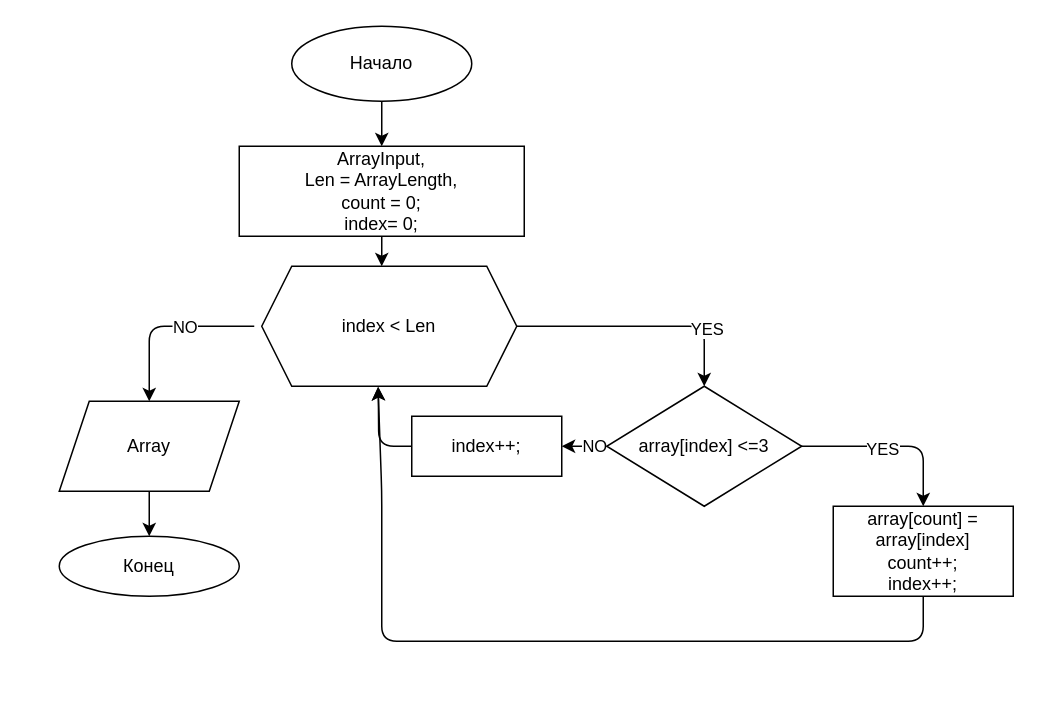
This is Block_Shema.drawio from EvgenyiF/Control_Work, a draw.io file, before an edit. Source tidied: cells renumbered, new cells numbered last; positions are measured from the earlier drawing's top-left corner, leaving out a move shared by most shapes. Both pictures are drawn from the tidied source at 150%, with x=0, y=0 at pixel (58, 26).
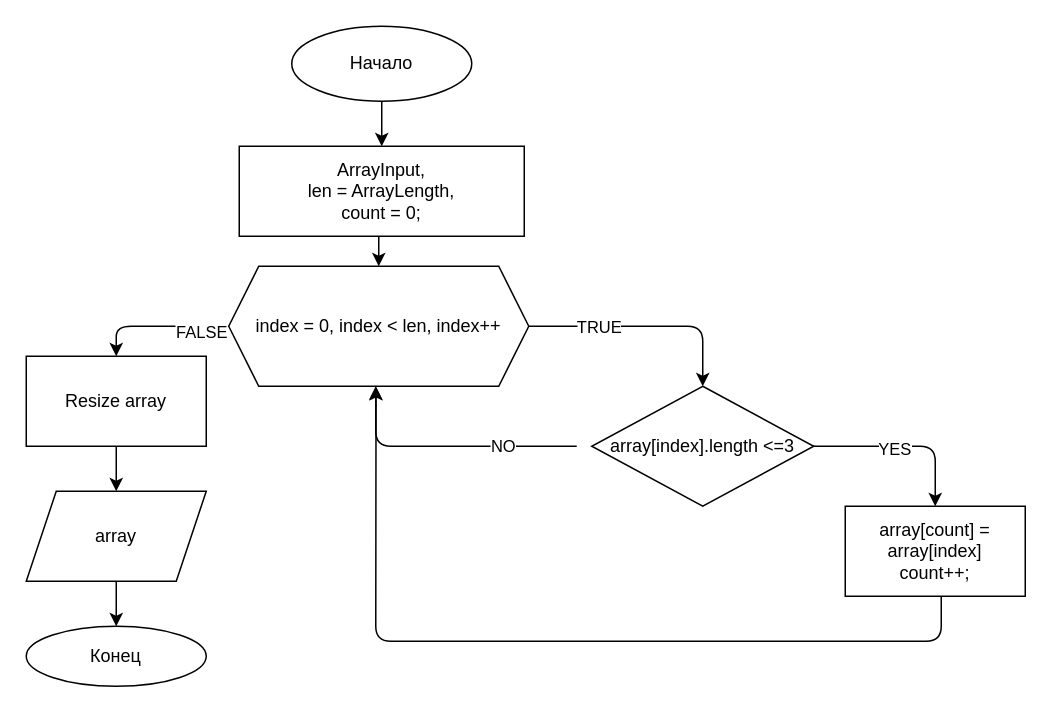
The same page after the edit.

The edit, as a diff of the source:
```diff
@@
-    <mxCell id="4" style="edgeStyle=none;html=1;" parent="1" edge="1" source="5">
+    <mxCell id="4" style="edgeStyle=none;html=1;" parent="1" edge="1">
       <mxGeometry relative="1" as="geometry">
-        <mxPoint x="215" y="160" as="targetPoint" />
+        <mxPoint x="213" y="140" as="sourcePoint" />
+        <mxPoint x="213" y="160" as="targetPoint" />
       </mxGeometry>
     </mxCell>
-    <mxCell id="5" value="ArrayInput,&lt;br&gt;Len = ArrayLength,&lt;br&gt;count = 0;&lt;br&gt;index= 0;" style="rounded=0;whiteSpace=wrap;html=1;" parent="1" vertex="1">
+    <mxCell id="5" value="ArrayInput,&lt;br&gt;len = ArrayLength,&lt;br&gt;count = 0;" style="rounded=0;whiteSpace=wrap;html=1;" parent="1" vertex="1">
       <mxGeometry x="120" y="80" width="190" height="60" as="geometry" />
     </mxCell>
     <mxCell id="6" style="edgeStyle=none;html=1;exitX=1;exitY=0.5;exitDx=0;exitDy=0;entryX=0.5;entryY=0;entryDx=0;entryDy=0;" parent="1" edge="1" target="14">
       <mxGeometry relative="1" as="geometry">
-        <mxPoint x="300" y="200" as="sourcePoint" />
+        <mxPoint x="308" y="200" as="sourcePoint" />
         <Array as="points">
-          <mxPoint x="375" y="200" />
-          <mxPoint x="430" y="200" />
+          <mxPoint x="383" y="200" />
+          <mxPoint x="429" y="200" />
         </Array>
       </mxGeometry>
     </mxCell>
-    <mxCell id="7" value="YES" style="edgeLabel;html=1;align=center;verticalAlign=middle;" parent="6" vertex="1">
-      <mxGeometry x="-0.06" y="-1" relative="1" as="geometry">
-        <mxPoint x="51" as="offset" />
-      </mxGeometry>
-    </mxCell>
+    <mxCell id="23" value="TRUE" style="edgeLabel;html=1;align=center;verticalAlign=middle;" parent="6" vertex="1">
+      <mxGeometry x="-0.37" relative="1" as="geometry" />
+    </mxCell>
-    <mxCell id="8" style="edgeStyle=none;html=1;exitX=0;exitY=0.5;exitDx=0;exitDy=0;entryX=0.5;entryY=0;entryDx=0;entryDy=0;" parent="1" edge="1" target="18">
+    <mxCell id="8" style="edgeStyle=none;html=1;entryX=0.5;entryY=0;entryDx=0;entryDy=0;" parent="1" edge="1" target="26">
       <mxGeometry relative="1" as="geometry">
-        <mxPoint x="130" y="200" as="sourcePoint" />
+        <mxPoint x="113" y="200" as="sourcePoint" />
         <Array as="points">
-          <mxPoint x="60" y="200" />
+          <mxPoint x="38" y="200" />
         </Array>
       </mxGeometry>
     </mxCell>
-    <mxCell id="9" value="NO" style="edgeLabel;html=1;align=center;verticalAlign=middle;" parent="8" vertex="1">
-      <mxGeometry x="-0.22" relative="1" as="geometry" />
-    </mxCell>
+    <mxCell id="24" value="FALSE" style="edgeLabel;html=1;align=center;verticalAlign=middle;" parent="8" vertex="1">
+      <mxGeometry x="-0.6" y="3" relative="1" as="geometry" />
+    </mxCell>
     <mxCell id="10" style="edgeStyle=none;html=1;exitX=1;exitY=0.5;exitDx=0;exitDy=0;entryX=0.5;entryY=0;entryDx=0;entryDy=0;" parent="1" edge="1" target="16">
       <mxGeometry relative="1" as="geometry">
-        <mxPoint x="491" y="280" as="sourcePoint" />
+        <mxPoint x="499" y="280" as="sourcePoint" />
         <Array as="points">
-          <mxPoint x="576" y="280" />
+          <mxPoint x="584" y="280" />
         </Array>
       </mxGeometry>
     </mxCell>
@@
-    <mxCell id="12" style="edgeStyle=none;html=1;exitX=0;exitY=0.5;exitDx=0;exitDy=0;entryX=1;entryY=0.5;entryDx=0;entryDy=0;" parent="1" edge="1" source="14" target="22">
-      <mxGeometry relative="1" as="geometry" />
+    <mxCell id="12" style="edgeStyle=none;html=1;" parent="1" edge="1">
+      <mxGeometry relative="1" as="geometry">
+        <mxPoint x="345" y="280" as="sourcePoint" />
+        <mxPoint x="211" y="240" as="targetPoint" />
+        <Array as="points">
+          <mxPoint x="211" y="280" />
+        </Array>
+      </mxGeometry>
     </mxCell>
@@
-    <mxCell id="14" value="array[index] &amp;lt;=3" style="rhombus;whiteSpace=wrap;html=1;rounded=0;" parent="1" vertex="1">
-      <mxGeometry x="365" y="240" width="130" height="80" as="geometry" />
+    <mxCell id="14" value="array[index].length &amp;lt;=3" style="rhombus;whiteSpace=wrap;html=1;rounded=0;" parent="1" vertex="1">
+      <mxGeometry x="355" y="240" width="148" height="80" as="geometry" />
     </mxCell>
-    <mxCell id="15" style="edgeStyle=none;html=1;exitX=0.5;exitY=1;exitDx=0;exitDy=0;entryX=0.456;entryY=1.005;entryDx=0;entryDy=0;entryPerimeter=0;" parent="1" edge="1" source="16" target="20">
+    <mxCell id="15" style="edgeStyle=none;html=1;exitX=0.5;exitY=1;exitDx=0;exitDy=0;entryX=0.471;entryY=1.006;entryDx=0;entryDy=0;entryPerimeter=0;" parent="1" edge="1">
       <mxGeometry relative="1" as="geometry">
+        <mxPoint x="588" y="380" as="sourcePoint" />
+        <mxPoint x="211.2" y="240.5" as="targetPoint" />
         <Array as="points">
-          <mxPoint x="576" y="410" />
-          <mxPoint x="215" y="410" />
-          <mxPoint x="215" y="310" />
+          <mxPoint x="588" y="410" />
+          <mxPoint x="211" y="410" />
         </Array>
       </mxGeometry>
     </mxCell>
-    <mxCell id="16" value="array[count] = array[index]&lt;br&gt;count++;&lt;br&gt;index++;" style="rounded=0;whiteSpace=wrap;html=1;" parent="1" vertex="1">
-      <mxGeometry x="516" y="320" width="120" height="60" as="geometry" />
+    <mxCell id="16" value="array[count] = array[index]&lt;br&gt;count++;" style="rounded=0;whiteSpace=wrap;html=1;" parent="1" vertex="1">
+      <mxGeometry x="524" y="320" width="120" height="60" as="geometry" />
     </mxCell>
@@
-    <mxCell id="18" value="Array" style="shape=parallelogram;perimeter=parallelogramPerimeter;whiteSpace=wrap;html=1;fixedSize=1;" parent="1" vertex="1">
-      <mxGeometry y="250" width="120" height="60" as="geometry" />
+    <mxCell id="18" value="array" style="shape=parallelogram;perimeter=parallelogramPerimeter;whiteSpace=wrap;html=1;fixedSize=1;" parent="1" vertex="1">
+      <mxGeometry x="-22" y="310" width="120" height="60" as="geometry" />
     </mxCell>
     <mxCell id="19" value="Конец" style="ellipse;whiteSpace=wrap;html=1;" parent="1" vertex="1">
-      <mxGeometry y="340" width="120" height="40" as="geometry" />
+      <mxGeometry x="-22" y="400" width="120" height="40" as="geometry" />
     </mxCell>
-    <mxCell id="20" value="index &amp;lt; Len" style="shape=hexagon;perimeter=hexagonPerimeter2;whiteSpace=wrap;html=1;fixedSize=1;" parent="1" vertex="1">
-      <mxGeometry x="135" y="160" width="170" height="80" as="geometry" />
+    <mxCell id="20" value="index = 0, index &amp;lt; len, index++" style="shape=hexagon;perimeter=hexagonPerimeter2;whiteSpace=wrap;html=1;fixedSize=1;" parent="1" vertex="1">
+      <mxGeometry x="113" y="160" width="200" height="80" as="geometry" />
     </mxCell>
-    <mxCell id="21" style="edgeStyle=none;html=1;exitX=0;exitY=0.5;exitDx=0;exitDy=0;entryX=0.457;entryY=1.006;entryDx=0;entryDy=0;entryPerimeter=0;" parent="1" edge="1" source="22" target="20">
-      <mxGeometry relative="1" as="geometry">
-        <Array as="points">
-          <mxPoint x="213" y="280" />
-        </Array>
-      </mxGeometry>
-    </mxCell>
-    <mxCell id="22" value="index++;" style="rounded=0;whiteSpace=wrap;html=1;" parent="1" vertex="1">
-      <mxGeometry x="235" y="260" width="100" height="40" as="geometry" />
-    </mxCell>
+    <mxCell id="25" style="edgeStyle=none;html=1;exitX=0.5;exitY=1;exitDx=0;exitDy=0;entryX=0.5;entryY=0;entryDx=0;entryDy=0;" parent="1" edge="1" source="26" target="18">
+      <mxGeometry relative="1" as="geometry" />
+    </mxCell>
+    <mxCell id="26" value="Resize array" style="rounded=0;whiteSpace=wrap;html=1;" parent="1" vertex="1">
+      <mxGeometry x="-22" y="220" width="120" height="60" as="geometry" />
+    </mxCell>
```
